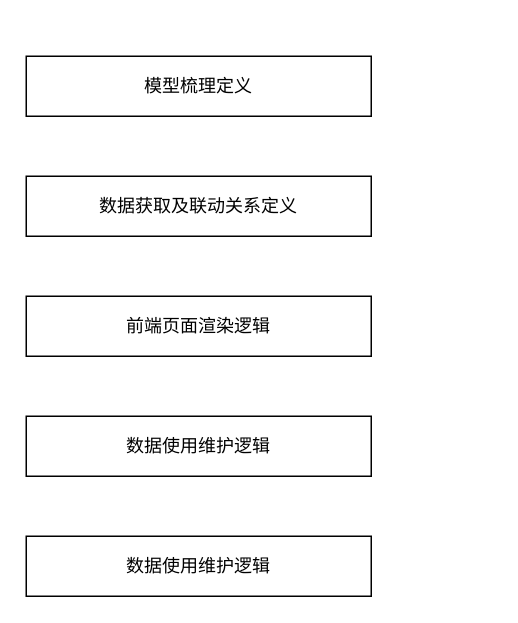
This is 流程.drawio from ColinCongDu/chart, a draw.io file, before an edit. Source tidied: cells renumbered, new cells numbered last; positions are measured from the earlier drawing's top-left corner, leaving out a move shared by most shapes. Both pictures are drawn from the tidied source at 150%, with x=0, y=0 at pixel (26, 56).
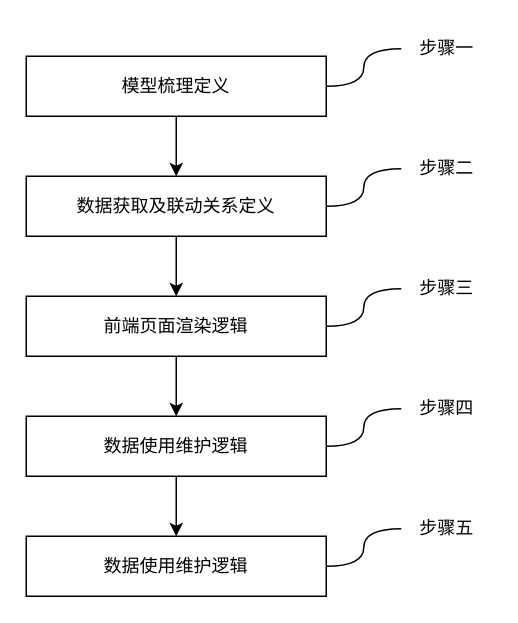
The same page after the edit.

The edit, as a diff of the source:
```diff
@@
+    <mxCell id="7" style="edgeStyle=orthogonalEdgeStyle;rounded=0;jettySize=auto;html=1;entryX=0.5;entryY=0;entryDx=0;entryDy=0;" parent="1" edge="1" source="2" target="3">
+      <mxGeometry relative="1" as="geometry" />
+    </mxCell>
+    <mxCell id="8" style="edgeStyle=orthogonalEdgeStyle;rounded=0;jettySize=auto;html=1;curved=1;endArrow=none;endFill=0;" parent="1" edge="1" source="2" target="16">
+      <mxGeometry relative="1" as="geometry" />
+    </mxCell>
     <mxCell id="2" value="模型梳理定义" style="rounded=0;whiteSpace=wrap;html=1;" parent="1" vertex="1">
-      <mxGeometry width="230" height="40" as="geometry" />
+      <mxGeometry width="200" height="40" as="geometry" />
     </mxCell>
+    <mxCell id="9" style="edgeStyle=orthogonalEdgeStyle;rounded=0;jettySize=auto;html=1;exitX=0.5;exitY=1;exitDx=0;exitDy=0;" parent="1" edge="1" source="3" target="4">
+      <mxGeometry relative="1" as="geometry" />
+    </mxCell>
+    <mxCell id="10" style="edgeStyle=orthogonalEdgeStyle;rounded=0;jettySize=auto;html=1;curved=1;endArrow=none;endFill=0;" parent="1" edge="1" source="3" target="17">
+      <mxGeometry relative="1" as="geometry" />
+    </mxCell>
     <mxCell id="3" value="数据获取及联动关系定义" style="rounded=0;whiteSpace=wrap;html=1;" parent="1" vertex="1">
-      <mxGeometry y="80" width="230" height="40" as="geometry" />
+      <mxGeometry y="80" width="200" height="40" as="geometry" />
     </mxCell>
+    <mxCell id="11" style="edgeStyle=orthogonalEdgeStyle;rounded=0;jettySize=auto;html=1;exitX=0.5;exitY=1;exitDx=0;exitDy=0;entryX=0.5;entryY=0;entryDx=0;entryDy=0;" parent="1" edge="1" source="4" target="5">
+      <mxGeometry relative="1" as="geometry" />
+    </mxCell>
+    <mxCell id="12" style="edgeStyle=orthogonalEdgeStyle;rounded=0;jettySize=auto;html=1;curved=1;endArrow=none;endFill=0;" parent="1" edge="1" source="4" target="18">
+      <mxGeometry relative="1" as="geometry" />
+    </mxCell>
     <mxCell id="4" value="前端页面渲染逻辑" style="rounded=0;whiteSpace=wrap;html=1;" parent="1" vertex="1">
-      <mxGeometry y="160" width="230" height="40" as="geometry" />
+      <mxGeometry y="160" width="200" height="40" as="geometry" />
     </mxCell>
+    <mxCell id="13" style="edgeStyle=orthogonalEdgeStyle;rounded=0;jettySize=auto;html=1;exitX=0.5;exitY=1;exitDx=0;exitDy=0;entryX=0.5;entryY=0;entryDx=0;entryDy=0;" parent="1" edge="1" source="5" target="6">
+      <mxGeometry relative="1" as="geometry" />
+    </mxCell>
+    <mxCell id="14" style="edgeStyle=orthogonalEdgeStyle;rounded=0;jettySize=auto;html=1;endArrow=none;endFill=0;curved=1;" parent="1" edge="1" source="5" target="19">
+      <mxGeometry relative="1" as="geometry" />
+    </mxCell>
     <mxCell id="5" value="数据使用维护逻辑" style="rounded=0;whiteSpace=wrap;html=1;" parent="1" vertex="1">
-      <mxGeometry y="240" width="230" height="40" as="geometry" />
+      <mxGeometry y="240" width="200" height="40" as="geometry" />
     </mxCell>
+    <mxCell id="15" style="edgeStyle=orthogonalEdgeStyle;rounded=0;jettySize=auto;html=1;curved=1;endArrow=none;endFill=0;" parent="1" edge="1" source="6" target="20">
+      <mxGeometry relative="1" as="geometry" />
+    </mxCell>
     <mxCell id="6" value="数据使用维护逻辑" style="rounded=0;whiteSpace=wrap;html=1;" parent="1" vertex="1">
-      <mxGeometry y="320" width="230" height="40" as="geometry" />
+      <mxGeometry y="320" width="200" height="40" as="geometry" />
     </mxCell>
+    <mxCell id="16" value="步骤一" style="text;html=1;align=center;verticalAlign=middle;points=[];strokeColor=none;fillColor=none;" parent="1" vertex="1">
+      <mxGeometry x="250" y="-20" width="60" height="30" as="geometry" />
+    </mxCell>
+    <mxCell id="17" value="步骤二" style="text;html=1;align=center;verticalAlign=middle;points=[];strokeColor=none;fillColor=none;" parent="1" vertex="1">
+      <mxGeometry x="250" y="60" width="60" height="30" as="geometry" />
+    </mxCell>
+    <mxCell id="18" value="步骤三" style="text;html=1;align=center;verticalAlign=middle;points=[];strokeColor=none;fillColor=none;" parent="1" vertex="1">
+      <mxGeometry x="250" y="140" width="60" height="30" as="geometry" />
+    </mxCell>
+    <mxCell id="19" value="步骤四" style="text;html=1;align=center;verticalAlign=middle;points=[];strokeColor=none;fillColor=none;" parent="1" vertex="1">
+      <mxGeometry x="250" y="220" width="60" height="30" as="geometry" />
+    </mxCell>
+    <mxCell id="20" value="步骤五" style="text;html=1;align=center;verticalAlign=middle;points=[];strokeColor=none;fillColor=none;" parent="1" vertex="1">
+      <mxGeometry x="250" y="300" width="60" height="30" as="geometry" />
+    </mxCell>
```
